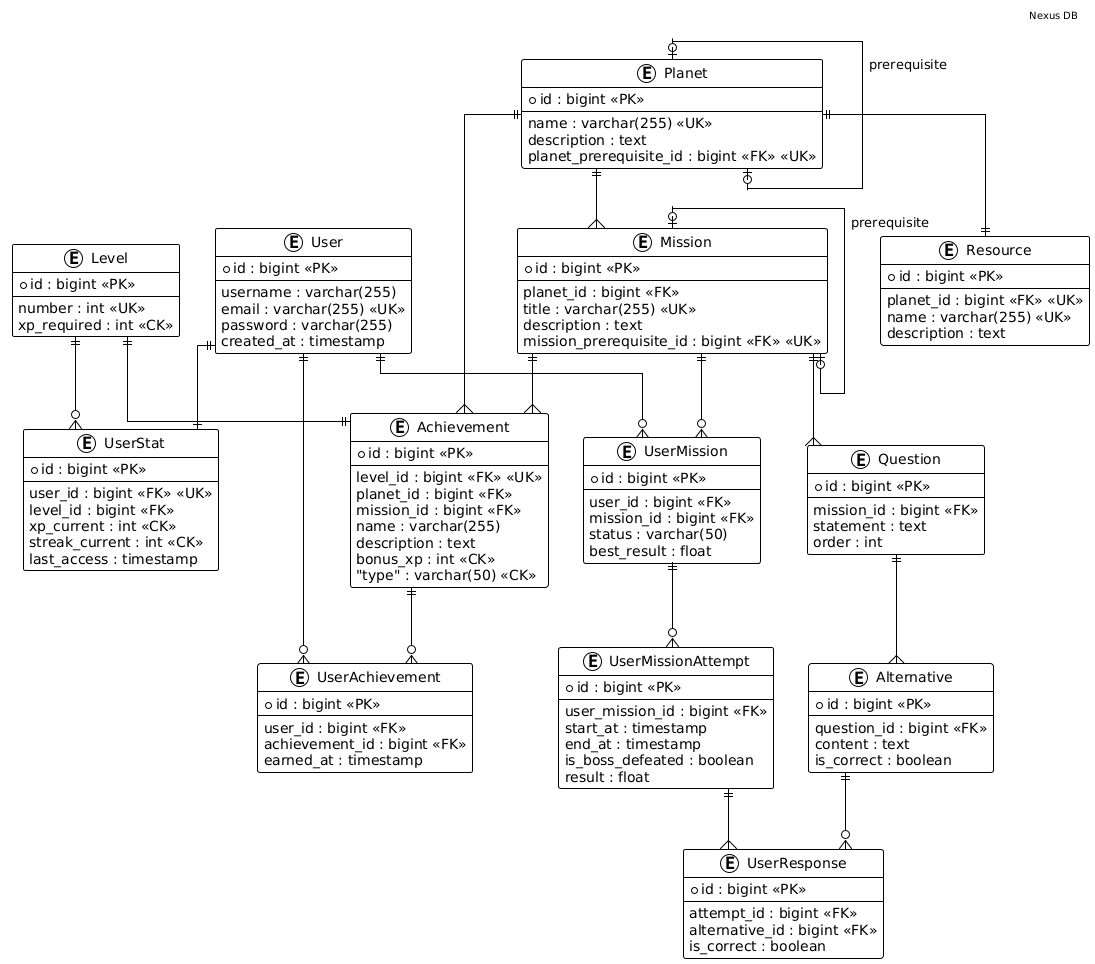
Earlier version of the PlantUML export resources/assets/dbER.png (dhiogonasc/Nexus-RPG).
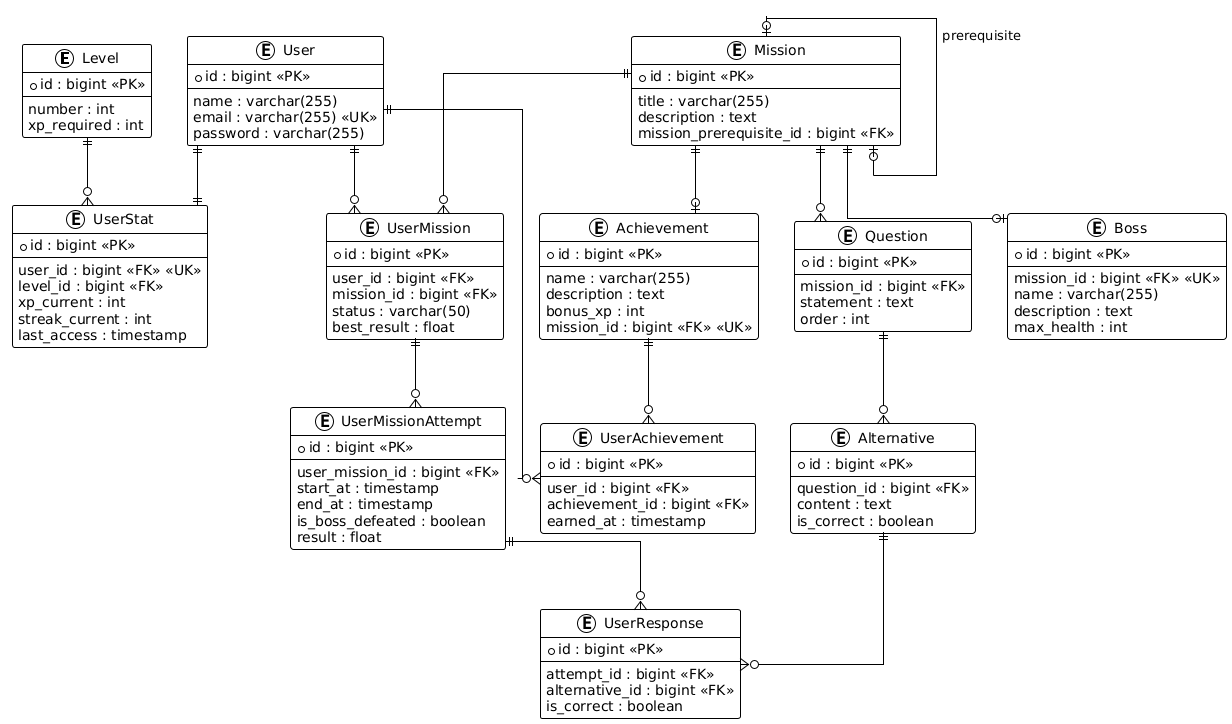
Later version of the same file.

What changed in the source:
```diff
@@ -6,17 +6,16 @@
 entity "Level" as level {
     * id : bigint <<PK>>
     --
-    number : int <<UK>>
-    xp_required : int <<CK>>
+    number : int
+    xp_required : int
 }
 
 entity "User" as user {
     * id : bigint <<PK>>
     --
-    username : varchar(255)
+    name : varchar(255)
     email : varchar(255) <<UK>>
     password : varchar(255)
-    created_at : timestamp
 }
 
 entity "UserStat" as user_stat {
@@ -24,35 +23,26 @@
     --
     user_id : bigint <<FK>> <<UK>>
     level_id : bigint <<FK>>
-    xp_current : int <<CK>>
-    streak_current : int <<CK>>
+    xp_current : int
+    streak_current : int
     last_access : timestamp
 }
-
-entity "Planet" as planet {
-    * id : bigint <<PK>>
-    --
-    name : varchar(255) <<UK>>
-    description : text
-    planet_prerequisite_id : bigint <<FK>> <<UK>>
-}
-
 
 entity "Mission" as mission {
     * id : bigint <<PK>>
     --
-    planet_id : bigint <<FK>>
-    title : varchar(255) <<UK>>
+    title : varchar(255)
     description : text
-    mission_prerequisite_id : bigint <<FK>> <<UK>>
+    mission_prerequisite_id : bigint <<FK>>
 }
 
-entity "Resource" as resource {
+entity "Boss" as boss {
     * id : bigint <<PK>>
     --
-    planet_id : bigint <<FK>> <<UK>>
-    name : varchar(255) <<UK>>
+    mission_id : bigint <<FK>> <<UK>>
+    name : varchar(255)
     description : text
+    max_health : int
 }
 
 entity "Question" as question {
@@ -101,13 +91,10 @@
 entity "Achievement" as achievement {
     * id : bigint <<PK>>
     --
-    level_id : bigint <<FK>> <<UK>>
-    planet_id : bigint <<FK>>
-    mission_id : bigint <<FK>>
     name : varchar(255)
     description : text
-    bonus_xp : int <<CK>>
-    "type" : varchar(50) <<CK>>
+    bonus_xp : int
+    mission_id : bigint <<FK>> <<UK>>
 }
 
 entity "UserAchievement" as user_achievement {
@@ -120,22 +107,16 @@
 
 user ||--|| user_stat
 level ||--o{ user_stat
-planet |o--o| planet : "prerequisite"
-planet ||--{ mission
-planet ||--|| resource
 mission |o--o| mission : "prerequisite"
-mission ||--{ question
-question ||--{ alternative
+mission ||--o| boss
+mission ||--o{ question
+question ||--o{ alternative
 user ||--o{ user_mission
 mission ||--o{ user_mission
 user_mission ||--o{ attempt
-attempt ||--{ response
+attempt ||--o{ response
 alternative ||--o{ response
-level ||--|| achievement
-planet ||--{ achievement
-mission ||--{ achievement
+mission ||--o| achievement
 user ||--o{ user_achievement
 achievement ||--o{ user_achievement
-
-header Nexus DB
 @enduml
```
